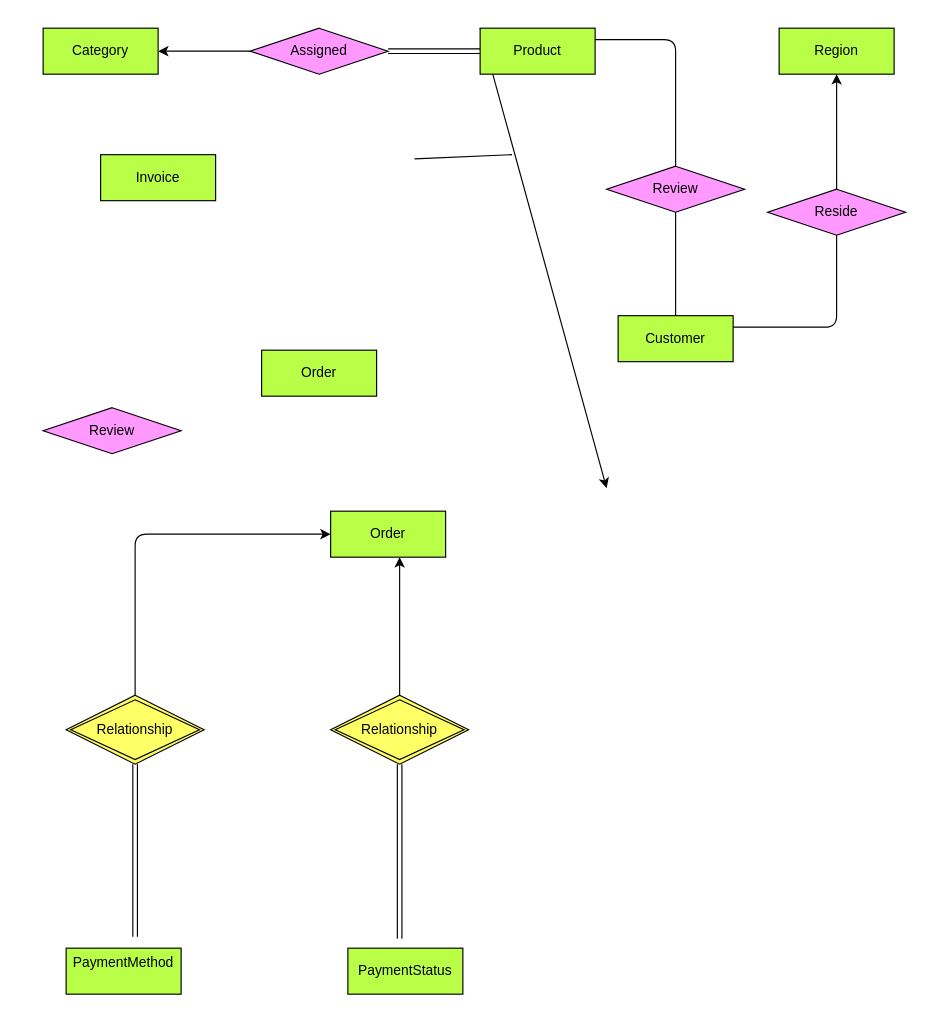
This is documents/design models/database/conceptual_design.drawio from jadogeri/typegraphql-tutorial, a draw.io file, before an edit. Source tidied: cells renumbered, new cells numbered last; positions are measured from the earlier drawing's top-left corner, leaving out a move shared by most shapes. Both pictures are drawn from the tidied source at 115%, with x=0, y=0 at pixel (43, 28).
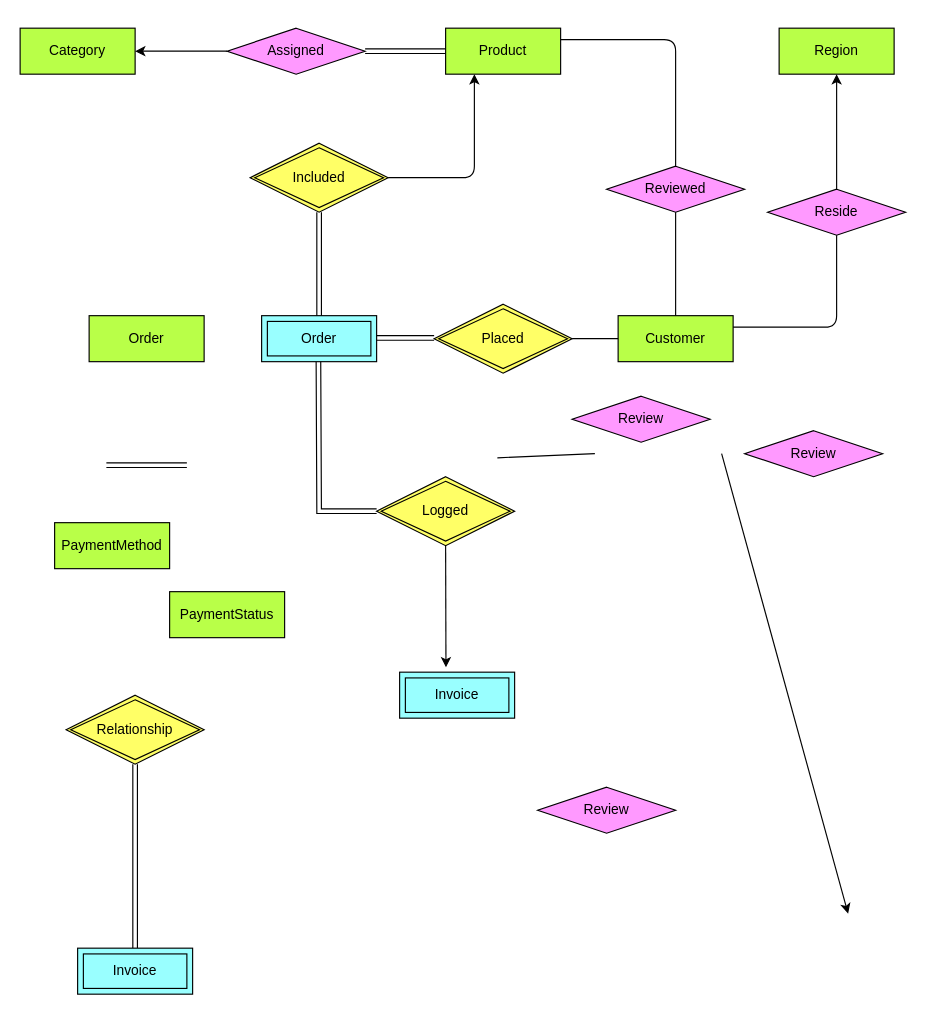
After the change.

The change refers to these unchanged cells:
```xml
<mxCell id="7" value="Customer" style="whiteSpace=wrap;html=1;align=center;fillColor=#B9FF48;" parent="1" vertex="1">
  <mxGeometry x="500" y="250" width="100" height="40" as="geometry" />
</mxCell>
<mxCell id="21" value="Relationship" style="shape=rhombus;double=1;perimeter=rhombusPerimeter;whiteSpace=wrap;html=1;align=center;fillColor=#FFFF66;" parent="1" vertex="1">
  <mxGeometry x="20" y="580" width="120" height="60" as="geometry" />
</mxCell>
```

Change to the diagram source:
```diff
@@
-    <mxCell id="2" style="edgeStyle=none;html=1;exitX=0;exitY=0;exitDx=0;exitDy=0;" parent="1" edge="1" source="3">
+    <mxCell id="2" style="edgeStyle=none;html=1;entryX=0.25;entryY=1;entryDx=0;entryDy=0;exitX=1;exitY=0.5;exitDx=0;exitDy=0;" parent="1" edge="1" source="30" target="3">
       <mxGeometry relative="1" as="geometry">
-        <mxPoint x="490" y="400" as="targetPoint" />
+        <Array as="points">
+          <mxPoint x="375" y="130" />
+        </Array>
       </mxGeometry>
     </mxCell>
     <mxCell id="3" value="Product" style="whiteSpace=wrap;html=1;align=center;fillColor=#B9FF48;" parent="1" vertex="1">
-      <mxGeometry x="380" width="100" height="40" as="geometry" />
+      <mxGeometry x="350" width="100" height="40" as="geometry" />
     </mxCell>
     <mxCell id="4" value="Assigned" style="shape=rhombus;perimeter=rhombusPerimeter;whiteSpace=wrap;html=1;align=center;fillColor=#FF99FF;" parent="1" vertex="1">
-      <mxGeometry x="180" width="120" height="40" as="geometry" />
+      <mxGeometry x="160" width="120" height="40" as="geometry" />
     </mxCell>
     <mxCell id="5" value="Category" style="whiteSpace=wrap;html=1;align=center;fillColor=#B9FF48;" parent="1" vertex="1">
-      <mxGeometry width="100" height="40" as="geometry" />
+      <mxGeometry x="-20" width="100" height="40" as="geometry" />
     </mxCell>
-    <mxCell id="6" value="Invoice" style="whiteSpace=wrap;html=1;align=center;fillColor=#B9FF48;" parent="1" vertex="1">
-      <mxGeometry x="50" y="110" width="100" height="40" as="geometry" />
-    </mxCell>
@@
-    <mxCell id="8" value="Order" style="whiteSpace=wrap;html=1;align=center;fillColor=#B9FF48;" parent="1" vertex="1">
-      <mxGeometry x="190" y="280" width="100" height="40" as="geometry" />
-    </mxCell>
@@
-    <mxCell id="11" style="endArrow=none;html=1;entryX=-0.013;entryY=0.624;entryDx=0;entryDy=0;entryPerimeter=0;exitX=0.949;exitY=0.713;exitDx=0;exitDy=0;exitPerimeter=0;" parent="1" edge="1">
-      <mxGeometry relative="1" as="geometry">
-        <mxPoint x="323" y="113.6" as="sourcePoint" />
-        <mxPoint x="407.8" y="110" as="targetPoint" />
-      </mxGeometry>
-    </mxCell>
@@
-    <mxCell id="17" value="Review" style="shape=rhombus;perimeter=rhombusPerimeter;whiteSpace=wrap;html=1;align=center;fillColor=#FF99FF;" parent="1" vertex="1">
+    <mxCell id="17" value="Reviewed" style="shape=rhombus;perimeter=rhombusPerimeter;whiteSpace=wrap;html=1;align=center;fillColor=#FF99FF;" parent="1" vertex="1">
       <mxGeometry x="490" y="120" width="120" height="40" as="geometry" />
     </mxCell>
@@
-    <mxCell id="20" value="Review" style="shape=rhombus;perimeter=rhombusPerimeter;whiteSpace=wrap;html=1;align=center;fillColor=#FF99FF;" parent="1" vertex="1">
-      <mxGeometry y="330" width="120" height="40" as="geometry" />
-    </mxCell>
@@
-    <mxCell id="22" style="edgeStyle=none;html=1;exitX=0.5;exitY=0;exitDx=0;exitDy=0;entryX=0;entryY=0.5;entryDx=0;entryDy=0;" parent="1" edge="1" source="21" target="23">
-      <mxGeometry relative="1" as="geometry">
-        <Array as="points">
-          <mxPoint x="80" y="440" />
-        </Array>
-      </mxGeometry>
-    </mxCell>
-    <mxCell id="23" value="Order" style="whiteSpace=wrap;html=1;align=center;fillColor=#B9FF48;" parent="1" vertex="1">
-      <mxGeometry x="250" y="420" width="100" height="40" as="geometry" />
-    </mxCell>
-    <mxCell id="24" style="shape=link;html=1;rounded=0;exitX=0.5;exitY=1;exitDx=0;exitDy=0;" parent="1" edge="1" source="21">
-      <mxGeometry relative="1" as="geometry">
-        <mxPoint x="80" y="790" as="targetPoint" />
-      </mxGeometry>
+    <mxCell id="24" style="shape=link;html=1;rounded=0;exitX=0.5;exitY=1;exitDx=0;exitDy=0;entryX=0.5;entryY=0;entryDx=0;entryDy=0;" parent="1" edge="1" source="21" target="36">
+      <mxGeometry relative="1" as="geometry" />
     </mxCell>
@@
+    <mxCell id="30" value="Included" style="shape=rhombus;double=1;perimeter=rhombusPerimeter;whiteSpace=wrap;html=1;align=center;fillColor=#FFFF66;" parent="1" vertex="1">
+      <mxGeometry x="180" y="100" width="120" height="60" as="geometry" />
+    </mxCell>
+    <mxCell id="32" style="edgeStyle=none;html=1;exitX=0.5;exitY=1;exitDx=0;exitDy=0;entryX=0.403;entryY=-0.106;entryDx=0;entryDy=0;entryPerimeter=0;" parent="1" edge="1" source="51" target="50">
+      <mxGeometry relative="1" as="geometry" />
+    </mxCell>
+    <mxCell id="33" style="endArrow=none;html=1;entryX=0;entryY=0.5;entryDx=0;entryDy=0;exitX=1;exitY=0.5;exitDx=0;exitDy=0;" parent="1" edge="1" target="7">
+      <mxGeometry relative="1" as="geometry">
+        <mxPoint x="460" y="270" as="sourcePoint" />
+      </mxGeometry>
+    </mxCell>
+    <mxCell id="34" value="Review" style="shape=rhombus;perimeter=rhombusPerimeter;whiteSpace=wrap;html=1;align=center;fillColor=#FF99FF;" parent="1" vertex="1">
+      <mxGeometry x="430" y="660" width="120" height="40" as="geometry" />
+    </mxCell>
+    <mxCell id="35" style="endArrow=none;html=1;entryX=-0.013;entryY=0.624;entryDx=0;entryDy=0;entryPerimeter=0;exitX=0.949;exitY=0.713;exitDx=0;exitDy=0;exitPerimeter=0;" parent="1" edge="1">
+      <mxGeometry relative="1" as="geometry">
+        <mxPoint x="395" y="373.6" as="sourcePoint" />
+        <mxPoint x="479.8" y="370" as="targetPoint" />
+      </mxGeometry>
+    </mxCell>
+    <mxCell id="36" value="Invoice" style="shape=ext;margin=3;double=1;whiteSpace=wrap;html=1;align=center;fillColor=#99FFFF;" parent="1" vertex="1">
+      <mxGeometry x="30" y="800" width="100" height="40" as="geometry" />
+    </mxCell>
+    <mxCell id="37" value="Order" style="shape=ext;margin=3;double=1;whiteSpace=wrap;html=1;align=center;fillColor=#99FFFF;" parent="1" vertex="1">
+      <mxGeometry x="190" y="250" width="100" height="40" as="geometry" />
+    </mxCell>
+    <mxCell id="38" style="shape=link;html=1;rounded=0;exitX=0.5;exitY=1;exitDx=0;exitDy=0;entryX=0;entryY=0.5;entryDx=0;entryDy=0;" parent="1" edge="1" target="51">
+      <mxGeometry relative="1" as="geometry">
+        <mxPoint x="239.4" y="290" as="sourcePoint" />
+        <Array as="points">
+          <mxPoint x="240" y="420" />
+        </Array>
+      </mxGeometry>
+    </mxCell>
+    <mxCell id="39" style="html=1;whiteSpace=wrap;align=right;verticalAlign=bottom;" parent="38" vertex="1">
+      <mxGeometry x="1" relative="1" as="geometry" />
+    </mxCell>
+    <mxCell id="40" value="Review" style="shape=rhombus;perimeter=rhombusPerimeter;whiteSpace=wrap;html=1;align=center;fillColor=#FF99FF;" parent="1" vertex="1">
+      <mxGeometry x="610" y="350" width="120" height="40" as="geometry" />
+    </mxCell>
+    <mxCell id="41" value="Review" style="shape=rhombus;perimeter=rhombusPerimeter;whiteSpace=wrap;html=1;align=center;fillColor=#FF99FF;" parent="1" vertex="1">
+      <mxGeometry x="460" y="320" width="120" height="40" as="geometry" />
+    </mxCell>
+    <mxCell id="42" value="Order" style="whiteSpace=wrap;html=1;align=center;fillColor=#B9FF48;" parent="1" vertex="1">
+      <mxGeometry x="40" y="250" width="100" height="40" as="geometry" />
+    </mxCell>
-    <mxCell id="26" value="PaymentMethod&lt;div&gt;&lt;br&gt;&lt;/div&gt;" style="whiteSpace=wrap;html=1;align=center;fillColor=#B9FF48;" parent="1" vertex="1">
-      <mxGeometry x="20" y="800" width="100" height="40" as="geometry" />
+    <mxCell id="26" value="PaymentMethod" style="whiteSpace=wrap;html=1;align=center;fillColor=#B9FF48;" parent="1" vertex="1">
+      <mxGeometry x="10" y="430" width="100" height="40" as="geometry" />
     </mxCell>
-    <mxCell id="27" style="shape=link;html=1;rounded=0;exitX=0.5;exitY=1;exitDx=0;exitDy=0;entryX=0.45;entryY=-0.206;entryDx=0;entryDy=0;entryPerimeter=0;" parent="1" edge="1" source="30" target="29">
-      <mxGeometry relative="1" as="geometry" />
-    </mxCell>
-    <mxCell id="28" style="html=1;whiteSpace=wrap;align=right;verticalAlign=bottom;" parent="27" vertex="1">
-      <mxGeometry x="1" relative="1" as="geometry" />
-    </mxCell>
+    <mxCell id="43" style="shape=link;html=1;rounded=0;entryX=0.5;entryY=0;entryDx=0;entryDy=0;exitX=0.5;exitY=1;exitDx=0;exitDy=0;" parent="1" edge="1" source="30" target="37">
+      <mxGeometry relative="1" as="geometry" />
+    </mxCell>
+    <mxCell id="44" style="html=1;whiteSpace=wrap;align=right;verticalAlign=bottom;" parent="43" vertex="1">
+      <mxGeometry x="1" relative="1" as="geometry" />
+    </mxCell>
+    <mxCell id="45" style="shape=link;html=1;rounded=0;entryX=0;entryY=0.5;entryDx=0;entryDy=0;exitX=1;exitY=0.5;exitDx=0;exitDy=0;" parent="1" edge="1">
+      <mxGeometry relative="1" as="geometry">
+        <mxPoint x="55" y="380" as="sourcePoint" />
+        <mxPoint x="125" y="380" as="targetPoint" />
+      </mxGeometry>
+    </mxCell>
+    <mxCell id="46" style="html=1;whiteSpace=wrap;align=right;verticalAlign=bottom;" parent="45" vertex="1">
+      <mxGeometry x="1" relative="1" as="geometry" />
+    </mxCell>
+    <mxCell id="47" value="Placed" style="shape=rhombus;double=1;perimeter=rhombusPerimeter;whiteSpace=wrap;html=1;align=center;fillColor=#FFFF66;" parent="1" vertex="1">
+      <mxGeometry x="340" y="240" width="120" height="60" as="geometry" />
+    </mxCell>
+    <mxCell id="48" style="shape=link;html=1;rounded=0;entryX=0;entryY=0.5;entryDx=0;entryDy=0;" parent="1" edge="1">
+      <mxGeometry relative="1" as="geometry">
+        <mxPoint x="290" y="269.4" as="sourcePoint" />
+        <mxPoint x="340" y="269.4" as="targetPoint" />
+      </mxGeometry>
+    </mxCell>
+    <mxCell id="49" style="html=1;whiteSpace=wrap;align=right;verticalAlign=bottom;" parent="48" vertex="1">
+      <mxGeometry x="1" relative="1" as="geometry" />
+    </mxCell>
     <mxCell id="29" value="PaymentStatus" style="whiteSpace=wrap;html=1;align=center;fillColor=#B9FF48;" parent="1" vertex="1">
-      <mxGeometry x="265" y="800" width="100" height="40" as="geometry" />
+      <mxGeometry x="110" y="490" width="100" height="40" as="geometry" />
     </mxCell>
-    <mxCell id="30" value="Relationship" style="shape=rhombus;double=1;perimeter=rhombusPerimeter;whiteSpace=wrap;html=1;align=center;fillColor=#FFFF66;" parent="1" vertex="1">
-      <mxGeometry x="250" y="580" width="120" height="60" as="geometry" />
-    </mxCell>
-    <mxCell id="31" style="edgeStyle=none;html=1;exitX=0.5;exitY=0;exitDx=0;exitDy=0;" parent="1" edge="1" source="30">
-      <mxGeometry relative="1" as="geometry">
-        <mxPoint x="310" y="460" as="targetPoint" />
-      </mxGeometry>
-    </mxCell>
+    <mxCell id="50" value="Invoice" style="shape=ext;margin=3;double=1;whiteSpace=wrap;html=1;align=center;fillColor=#99FFFF;" parent="1" vertex="1">
+      <mxGeometry x="310" y="560" width="100" height="40" as="geometry" />
+    </mxCell>
+    <mxCell id="51" value="Logged" style="shape=rhombus;double=1;perimeter=rhombusPerimeter;whiteSpace=wrap;html=1;align=center;fillColor=#FFFF66;" parent="1" vertex="1">
+      <mxGeometry x="290" y="390" width="120" height="60" as="geometry" />
+    </mxCell>
+    <mxCell id="52" style="edgeStyle=none;html=1;exitX=0;exitY=0;exitDx=0;exitDy=0;" parent="1" edge="1">
+      <mxGeometry relative="1" as="geometry">
+        <mxPoint x="590" y="370" as="sourcePoint" />
+        <mxPoint x="700" y="770" as="targetPoint" />
+      </mxGeometry>
+    </mxCell>
```
